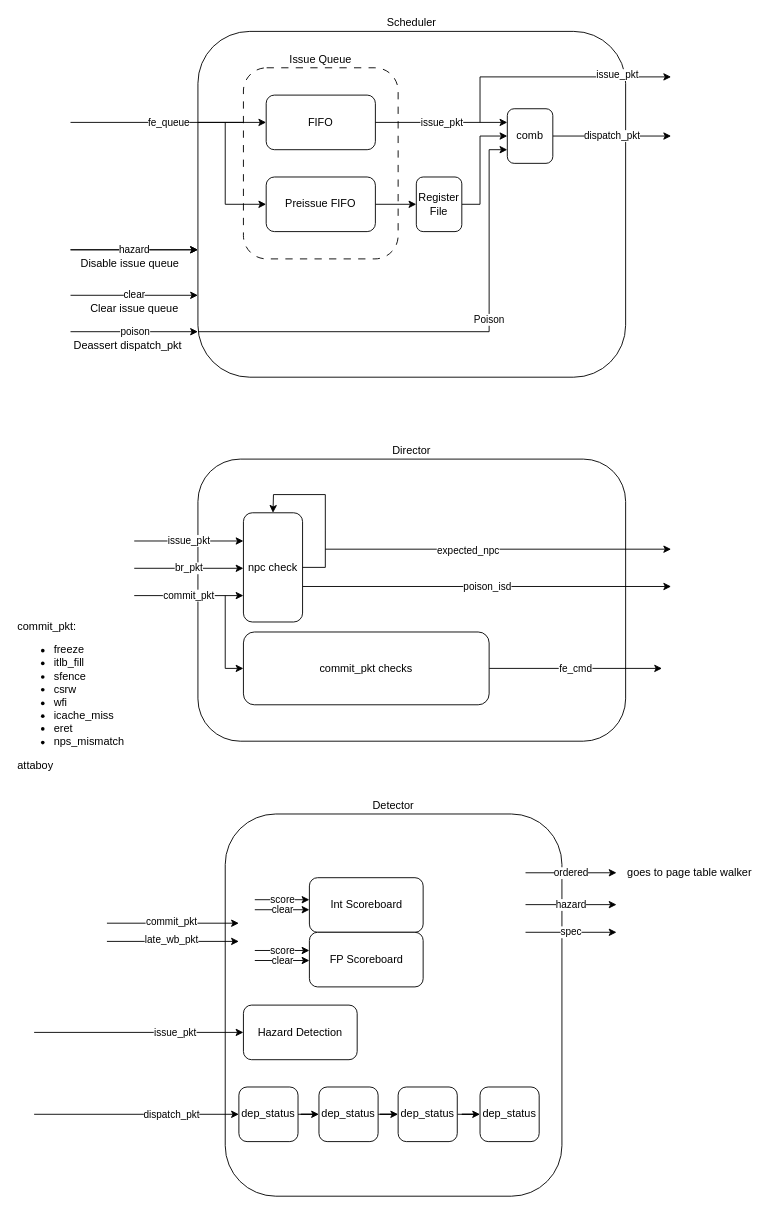
Before: page "Back End" (3 of 6) of diagrams/black_parrot.drawio in JefferyLim/ec513_final_project, a draw.io diagram. Source tidied: cells renumbered, new cells numbered last; positions are measured from the earlier drawing's top-left corner, leaving out a move shared by most shapes. Both pictures are drawn from the tidied source at 91%, with x=0, y=0 at pixel (15, 31).
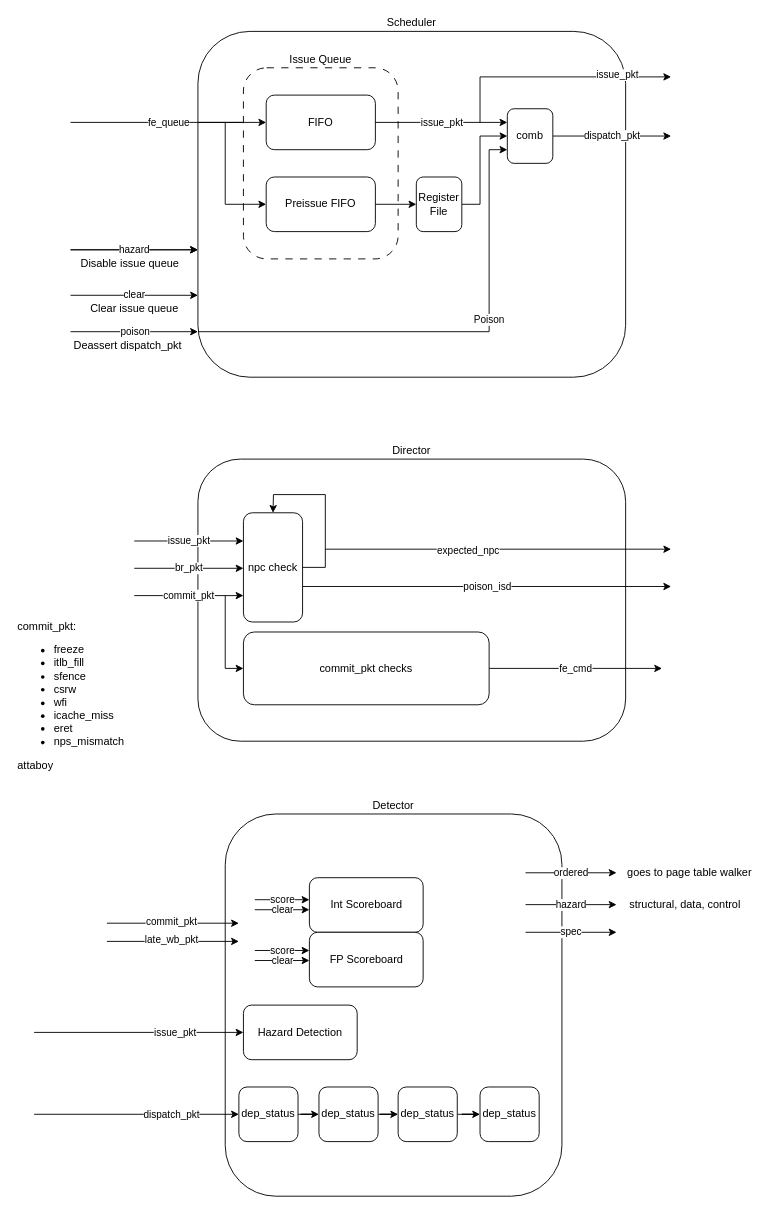
Above is the later version.

What changed in the source:
```diff
@@
+    <mxCell id="67" value="structural, data, control" style="text;html=1;align=center;verticalAlign=middle;strokeColor=none;fillColor=none;" parent="1" vertex="1">
+      <mxGeometry x="660" y="945" width="150" height="30" as="geometry" />
+    </mxCell>
```
